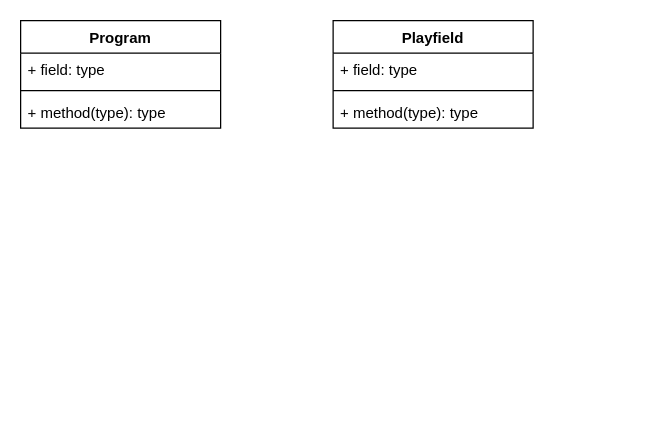
The draw.io diagram ChessClassDiagram.drawio in felwanew/ConsoleChess, before the edit. Source tidied: cells renumbered, new cells numbered last; positions are measured from the earlier drawing's top-left corner, leaving out a move shared by most shapes. Both pictures are drawn from the tidied source at 125%, with x=0, y=0 at pixel (20, 20).
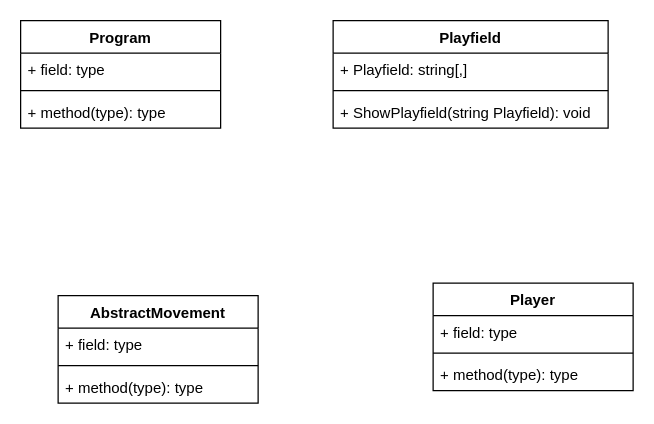
After the change.

What changed in the source:
```diff
@@
 <mxGraphModel>
   <root>
     <mxCell id="0" />
     <mxCell id="1" parent="0" />
     <mxCell id="2" value="Program" style="swimlane;fontStyle=1;align=center;verticalAlign=top;horizontal=1;startSize=26;" parent="1" vertex="1">
       <mxGeometry width="160" height="86" as="geometry" />
     </mxCell>
     <mxCell id="3" value="+ field: type" style="text;strokeColor=none;fillColor=none;align=left;verticalAlign=top;spacingLeft=4;spacingRight=4;overflow=hidden;" parent="2" vertex="1">
       <mxGeometry y="26" width="160" height="26" as="geometry" />
     </mxCell>
     <mxCell id="4" style="line;strokeWidth=1;fillColor=none;align=left;verticalAlign=middle;spacingTop=-1;spacingLeft=3;spacingRight=3;labelPosition=right;" parent="2" vertex="1">
       <mxGeometry y="52" width="160" height="8" as="geometry" />
     </mxCell>
     <mxCell id="5" value="+ method(type): type" style="text;strokeColor=none;fillColor=none;align=left;verticalAlign=top;spacingLeft=4;spacingRight=4;overflow=hidden;" parent="2" vertex="1">
       <mxGeometry y="60" width="160" height="26" as="geometry" />
     </mxCell>
     <mxCell id="6" value="Playfield" style="swimlane;fontStyle=1;align=center;verticalAlign=top;horizontal=1;startSize=26;" parent="1" vertex="1">
-      <mxGeometry x="250" width="160" height="86" as="geometry" />
+      <mxGeometry x="250" width="220" height="86" as="geometry" />
     </mxCell>
-    <mxCell id="7" value="+ field: type" style="text;strokeColor=none;fillColor=none;align=left;verticalAlign=top;spacingLeft=4;spacingRight=4;overflow=hidden;" parent="6" vertex="1">
-      <mxGeometry y="26" width="160" height="26" as="geometry" />
+    <mxCell id="7" value="+ Playfield: string[,]" style="text;strokeColor=none;fillColor=none;align=left;verticalAlign=top;spacingLeft=4;spacingRight=4;overflow=hidden;" parent="6" vertex="1">
+      <mxGeometry y="26" width="220" height="26" as="geometry" />
     </mxCell>
     <mxCell id="8" style="line;strokeWidth=1;fillColor=none;align=left;verticalAlign=middle;spacingTop=-1;spacingLeft=3;spacingRight=3;labelPosition=right;" parent="6" vertex="1">
-      <mxGeometry y="52" width="160" height="8" as="geometry" />
+      <mxGeometry y="52" width="220" height="8" as="geometry" />
     </mxCell>
-    <mxCell id="9" value="+ method(type): type" style="text;strokeColor=none;fillColor=none;align=left;verticalAlign=top;spacingLeft=4;spacingRight=4;overflow=hidden;" parent="6" vertex="1">
-      <mxGeometry y="60" width="160" height="26" as="geometry" />
+    <mxCell id="9" value="+ ShowPlayfield(string Playfield): void" style="text;strokeColor=none;fillColor=none;align=left;verticalAlign=top;spacingLeft=4;spacingRight=4;overflow=hidden;" parent="6" vertex="1">
+      <mxGeometry y="60" width="220" height="26" as="geometry" />
     </mxCell>
+    <mxCell id="10" value="AbstractMovement" style="swimlane;fontStyle=1;align=center;verticalAlign=top;horizontal=1;startSize=26;" parent="1" vertex="1">
+      <mxGeometry x="30" y="220" width="160" height="86" as="geometry" />
+    </mxCell>
+    <mxCell id="11" value="+ field: type" style="text;strokeColor=none;fillColor=none;align=left;verticalAlign=top;spacingLeft=4;spacingRight=4;overflow=hidden;" parent="10" vertex="1">
+      <mxGeometry y="26" width="160" height="26" as="geometry" />
+    </mxCell>
+    <mxCell id="12" style="line;strokeWidth=1;fillColor=none;align=left;verticalAlign=middle;spacingTop=-1;spacingLeft=3;spacingRight=3;labelPosition=right;" parent="10" vertex="1">
+      <mxGeometry y="52" width="160" height="8" as="geometry" />
+    </mxCell>
+    <mxCell id="13" value="+ method(type): type" style="text;strokeColor=none;fillColor=none;align=left;verticalAlign=top;spacingLeft=4;spacingRight=4;overflow=hidden;" parent="10" vertex="1">
+      <mxGeometry y="60" width="160" height="26" as="geometry" />
+    </mxCell>
+    <mxCell id="14" value="Player" style="swimlane;fontStyle=1;align=center;verticalAlign=top;horizontal=1;startSize=26;" parent="1" vertex="1">
+      <mxGeometry x="330" y="210" width="160" height="86" as="geometry" />
+    </mxCell>
+    <mxCell id="15" value="+ field: type" style="text;strokeColor=none;fillColor=none;align=left;verticalAlign=top;spacingLeft=4;spacingRight=4;overflow=hidden;" parent="14" vertex="1">
+      <mxGeometry y="26" width="160" height="26" as="geometry" />
+    </mxCell>
+    <mxCell id="16" style="line;strokeWidth=1;fillColor=none;align=left;verticalAlign=middle;spacingTop=-1;spacingLeft=3;spacingRight=3;labelPosition=right;" parent="14" vertex="1">
+      <mxGeometry y="52" width="160" height="8" as="geometry" />
+    </mxCell>
+    <mxCell id="17" value="+ method(type): type" style="text;strokeColor=none;fillColor=none;align=left;verticalAlign=top;spacingLeft=4;spacingRight=4;overflow=hidden;" parent="14" vertex="1">
+      <mxGeometry y="60" width="160" height="26" as="geometry" />
+    </mxCell>
   </root>
 </mxGraphModel>
```
